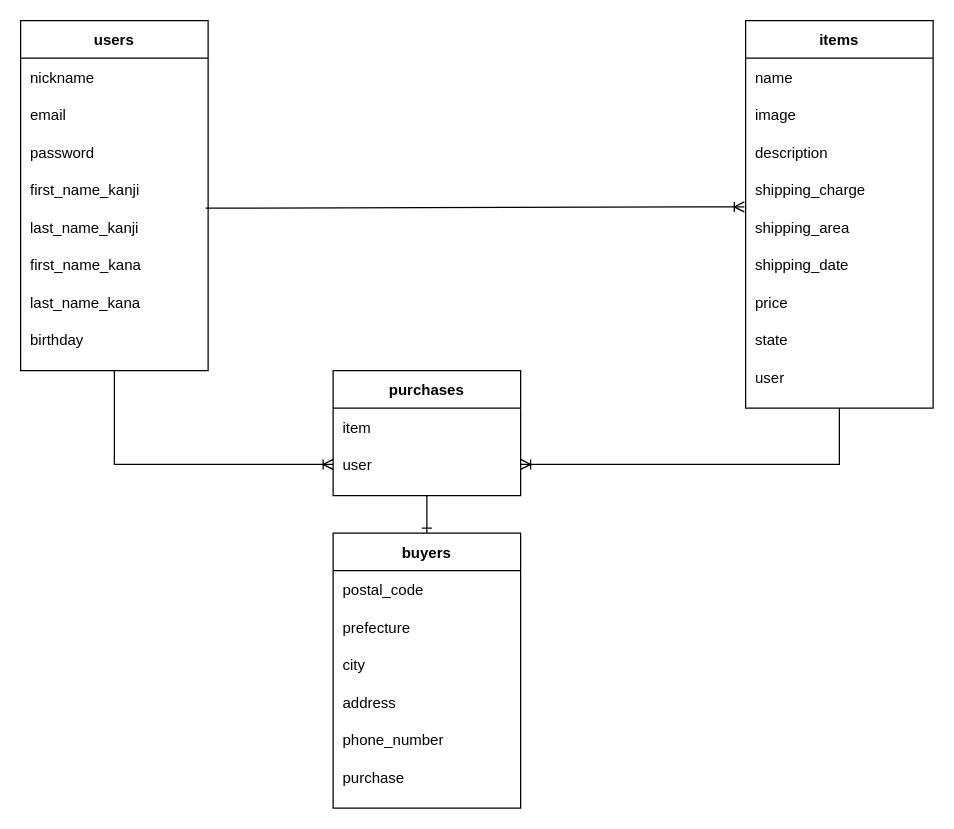
Above: er.dio in joota34256/furima-34256 (draw.io), before the change. Source tidied: cells renumbered, new cells numbered last; positions are measured from the earlier drawing's top-left corner, leaving out a move shared by most shapes. Both pictures are drawn from the tidied source at 125%, with x=0, y=0 at pixel (20, 20).
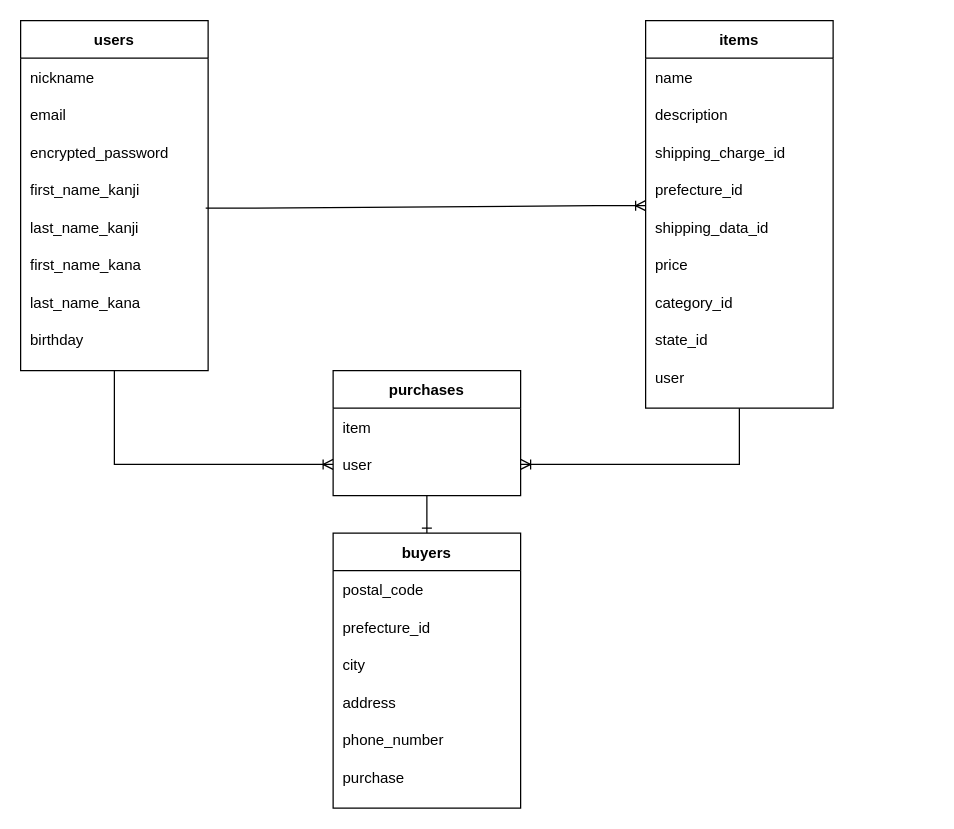
Above is the later version.

The change refers to these unchanged cells:
```xml
<mxCell id="12" style="shape=partialRectangle;fillColor=none;top=0;left=0;bottom=0;right=0;points=[[0,0.5],[1,0.5]];portConstraint=eastwest;" parent="3" vertex="1">
  <mxGeometry y="150" width="150" height="30" as="geometry" />
</mxCell>
<mxCell id="18" style="shape=partialRectangle;fillColor=none;top=0;left=0;bottom=0;right=0;" parent="3" vertex="1">
  <mxGeometry y="240" width="150" height="30" as="geometry" />
</mxCell>
<mxCell id="28" style="shape=partialRectangle;fillColor=none;top=0;left=0;bottom=0;right=0;" parent="23" vertex="1">
  <mxGeometry y="90" width="150" height="30" as="geometry" />
</mxCell>
<mxCell id="32" style="shape=partialRectangle;fillColor=none;top=0;left=0;bottom=0;right=0;points=[[0,0.5],[1,0.5]];portConstraint=eastwest;" parent="23" vertex="1">
  <mxGeometry y="150" width="150" height="30" as="geometry" />
</mxCell>
<mxCell id="49" style="shape=partialRectangle;fillColor=none;top=0;left=0;bottom=0;right=0;" parent="46" vertex="1">
  <mxGeometry y="60" width="150" height="30" as="geometry" />
</mxCell>
```

The edit, as a diff of the source:
```diff
@@
     <mxCell id="3" value="items" style="shape=table;startSize=30;childLayout=tableLayout;rowLines=0;fontStyle=1;align=center;" parent="1" vertex="1">
-      <mxGeometry x="580" width="150" height="310" as="geometry" />
+      <mxGeometry x="500" width="150" height="310" as="geometry" />
     </mxCell>
@@
-    <mxCell id="6" style="shape=partialRectangle;fillColor=none;top=0;left=0;bottom=0;right=0;" parent="3" vertex="1">
-      <mxGeometry y="60" width="150" height="30" as="geometry" />
-    </mxCell>
-    <mxCell id="7" value="image" style="shape=partialRectangle;fillColor=none;top=0;left=0;bottom=0;right=0;align=left;spacingLeft=6;overflow=hidden;" parent="6" vertex="1">
-      <mxGeometry width="150" height="30" as="geometry" />
-    </mxCell>
     <mxCell id="8" style="shape=partialRectangle;fillColor=none;top=0;left=0;bottom=0;right=0;" parent="3" vertex="1">
-      <mxGeometry y="90" width="150" height="30" as="geometry" />
+      <mxGeometry y="60" width="150" height="30" as="geometry" />
     </mxCell>
@@
     <mxCell id="10" style="shape=partialRectangle;fillColor=none;top=0;left=0;bottom=0;right=0;" parent="3" vertex="1">
-      <mxGeometry y="120" width="150" height="30" as="geometry" />
+      <mxGeometry y="90" width="150" height="30" as="geometry" />
     </mxCell>
-    <mxCell id="11" value="shipping_charge" style="shape=partialRectangle;fillColor=none;top=0;left=0;bottom=0;right=0;align=left;spacingLeft=6;overflow=hidden;" parent="10" vertex="1">
+    <mxCell id="11" value="shipping_charge_id" style="shape=partialRectangle;fillColor=none;top=0;left=0;bottom=0;right=0;align=left;spacingLeft=6;overflow=hidden;" parent="10" vertex="1">
       <mxGeometry width="150" height="30" as="geometry" />
     </mxCell>
+    <mxCell id="14" style="shape=partialRectangle;fillColor=none;top=0;left=0;bottom=0;right=0;" parent="3" vertex="1">
+      <mxGeometry y="120" width="150" height="30" as="geometry" />
+    </mxCell>
+    <mxCell id="15" value="prefecture_id" style="shape=partialRectangle;fillColor=none;top=0;left=0;bottom=0;right=0;align=left;spacingLeft=6;overflow=hidden;" parent="14" vertex="1">
+      <mxGeometry width="150" height="30" as="geometry" />
+    </mxCell>
@@
-    <mxCell id="13" value="shipping_area" style="shape=partialRectangle;fillColor=none;top=0;left=0;bottom=0;right=0;align=left;spacingLeft=6;overflow=hidden;" parent="12" vertex="1">
+    <mxCell id="13" value="shipping_data_id" style="shape=partialRectangle;fillColor=none;top=0;left=0;bottom=0;right=0;align=left;spacingLeft=6;overflow=hidden;" parent="12" vertex="1">
       <mxGeometry width="150" height="30" as="geometry" />
     </mxCell>
-    <mxCell id="14" style="shape=partialRectangle;fillColor=none;top=0;left=0;bottom=0;right=0;" parent="3" vertex="1">
-      <mxGeometry y="180" width="150" height="30" as="geometry" />
-    </mxCell>
-    <mxCell id="15" value="shipping_date" style="shape=partialRectangle;fillColor=none;top=0;left=0;bottom=0;right=0;align=left;spacingLeft=6;overflow=hidden;" parent="14" vertex="1">
-      <mxGeometry width="150" height="30" as="geometry" />
-    </mxCell>
     <mxCell id="16" style="shape=partialRectangle;fillColor=none;top=0;left=0;bottom=0;right=0;" parent="3" vertex="1">
-      <mxGeometry y="210" width="150" height="30" as="geometry" />
+      <mxGeometry y="180" width="150" height="30" as="geometry" />
     </mxCell>
@@
+    <mxCell id="60" style="shape=partialRectangle;fillColor=none;top=0;left=0;bottom=0;right=0;" parent="3" vertex="1">
+      <mxGeometry y="210" width="150" height="30" as="geometry" />
+    </mxCell>
+    <mxCell id="61" value="category_id" style="shape=partialRectangle;fillColor=none;top=0;left=0;bottom=0;right=0;align=left;spacingLeft=6;overflow=hidden;" parent="60" vertex="1">
+      <mxGeometry width="150" height="30" as="geometry" />
+    </mxCell>
@@
-    <mxCell id="19" value="state" style="shape=partialRectangle;fillColor=none;top=0;left=0;bottom=0;right=0;align=left;spacingLeft=6;overflow=hidden;" parent="18" vertex="1">
+    <mxCell id="19" value="state_id" style="shape=partialRectangle;fillColor=none;top=0;left=0;bottom=0;right=0;align=left;spacingLeft=6;overflow=hidden;" parent="18" vertex="1">
       <mxGeometry width="150" height="30" as="geometry" />
     </mxCell>
@@
-    <mxCell id="29" value="password" style="shape=partialRectangle;fillColor=none;top=0;left=0;bottom=0;right=0;align=left;spacingLeft=6;overflow=hidden;" parent="28" vertex="1">
+    <mxCell id="29" value="encrypted_password" style="shape=partialRectangle;fillColor=none;top=0;left=0;bottom=0;right=0;align=left;spacingLeft=6;overflow=hidden;" parent="28" vertex="1">
       <mxGeometry width="150" height="30" as="geometry" />
     </mxCell>
@@
-    <mxCell id="50" value="prefecture" style="shape=partialRectangle;fillColor=none;top=0;left=0;bottom=0;right=0;align=left;spacingLeft=6;overflow=hidden;" parent="49" vertex="1">
+    <mxCell id="50" value="prefecture_id" style="shape=partialRectangle;fillColor=none;top=0;left=0;bottom=0;right=0;align=left;spacingLeft=6;overflow=hidden;" parent="49" vertex="1">
       <mxGeometry width="150" height="30" as="geometry" />
     </mxCell>
@@
-    <mxCell id="59" style="edgeStyle=entityRelationEdgeStyle;fontSize=12;html=1;endArrow=ERoneToMany;endFill=0;exitX=0.987;exitY=0;exitDx=0;exitDy=0;exitPerimeter=0;entryX=-0.007;entryY=-0.033;entryDx=0;entryDy=0;entryPerimeter=0;" parent="1" edge="1" source="32" target="12">
-      <mxGeometry relative="1" as="geometry" />
+    <mxCell id="59" style="edgeStyle=entityRelationEdgeStyle;fontSize=12;html=1;endArrow=ERoneToMany;endFill=0;exitX=0.987;exitY=0;exitDx=0;exitDy=0;exitPerimeter=0;" parent="1" edge="1" source="32">
+      <mxGeometry relative="1" as="geometry">
+        <mxPoint x="500" y="148" as="targetPoint" />
+      </mxGeometry>
     </mxCell>
```
